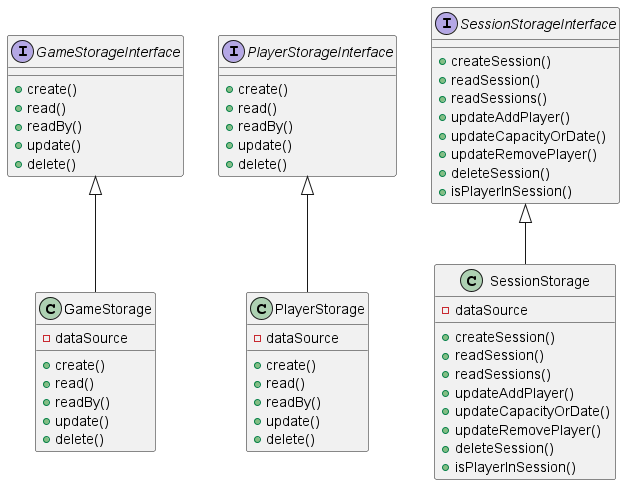
Above: resources/StorageDiagram.png in Thuzys/Session_Control (PlantUML), before the change. Its diagram source:
```plantuml
@startuml

Interface GameStorageInterface {
    + create()
    + read()
    + readBy()
    + update()
    + delete()
}

Interface PlayerStorageInterface {
    + create()
    + read()
    + readBy()
    + update()
    + delete()
}

Interface SessionStorageInterface {
    + createSession()
    + readSession()
    + readSessions()
    + updateAddPlayer()
    + updateCapacityOrDate()
    + updateRemovePlayer()
    + deleteSession()
    + isPlayerInSession()
}

class GameStorage {
    + create()
    + read()
    + readBy()
    + update()
    + delete()
    - dataSource
}

class PlayerStorage {
    + create()
    + read()
    + readBy()
    + update()
    + delete()
    - dataSource
}

class SessionStorage {
    + createSession()
    + readSession()
    + readSessions()
    + updateAddPlayer()
    + updateCapacityOrDate()
    + updateRemovePlayer()
    + deleteSession()
    + isPlayerInSession()
    - dataSource
}

GameStorageInterface <|-- GameStorage
PlayerStorageInterface <|-- PlayerStorage
SessionStorageInterface <|-- SessionStorage

@enduml
```
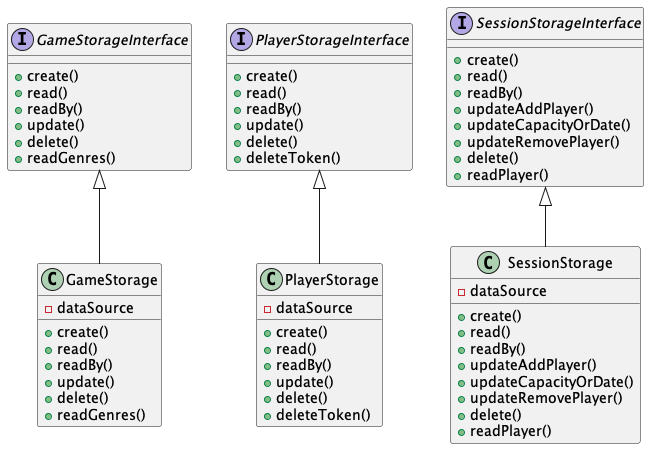
The same file after the commit.

Diff of the diagram source:
```diff
@@ -1,59 +1,63 @@
 @startuml
 
 Interface GameStorageInterface {
-    + create()
-    + read()
-    + readBy()
-    + update()
-    + delete()
+    +create()
+    +read()
+    +readBy()
+    +update()
+    +delete()
+    +readGenres()
 }
 
 Interface PlayerStorageInterface {
-    + create()
-    + read()
-    + readBy()
-    + update()
-    + delete()
+    +create()
+    +read()
+    +readBy()
+    +update()
+    +delete()
+    +deleteToken()
 }
 
 Interface SessionStorageInterface {
-    + createSession()
-    + readSession()
-    + readSessions()
-    + updateAddPlayer()
-    + updateCapacityOrDate()
-    + updateRemovePlayer()
-    + deleteSession()
-    + isPlayerInSession()
+    +create()
+    +read()
+    +readBy()
+    +updateAddPlayer()
+    +updateCapacityOrDate()
+    +updateRemovePlayer()
+    +delete()
+    +readPlayer()
 }
 
 class GameStorage {
-    + create()
-    + read()
-    + readBy()
-    + update()
-    + delete()
+    +create()
+    +read()
+    +readBy()
+    +update()
+    +delete()
+    +readGenres()
     - dataSource
 }
 
 class PlayerStorage {
-    + create()
-    + read()
-    + readBy()
-    + update()
-    + delete()
+    +create()
+    +read()
+    +readBy()
+    +update()
+    +delete()
+    +deleteToken()
     - dataSource
 }
 
 class SessionStorage {
-    + createSession()
-    + readSession()
-    + readSessions()
-    + updateAddPlayer()
-    + updateCapacityOrDate()
-    + updateRemovePlayer()
-    + deleteSession()
-    + isPlayerInSession()
+    +create()
+    +read()
+    +readBy()
+    +updateAddPlayer()
+    +updateCapacityOrDate()
+    +updateRemovePlayer()
+    +delete()
+    +readPlayer()
     - dataSource
 }
 
```
